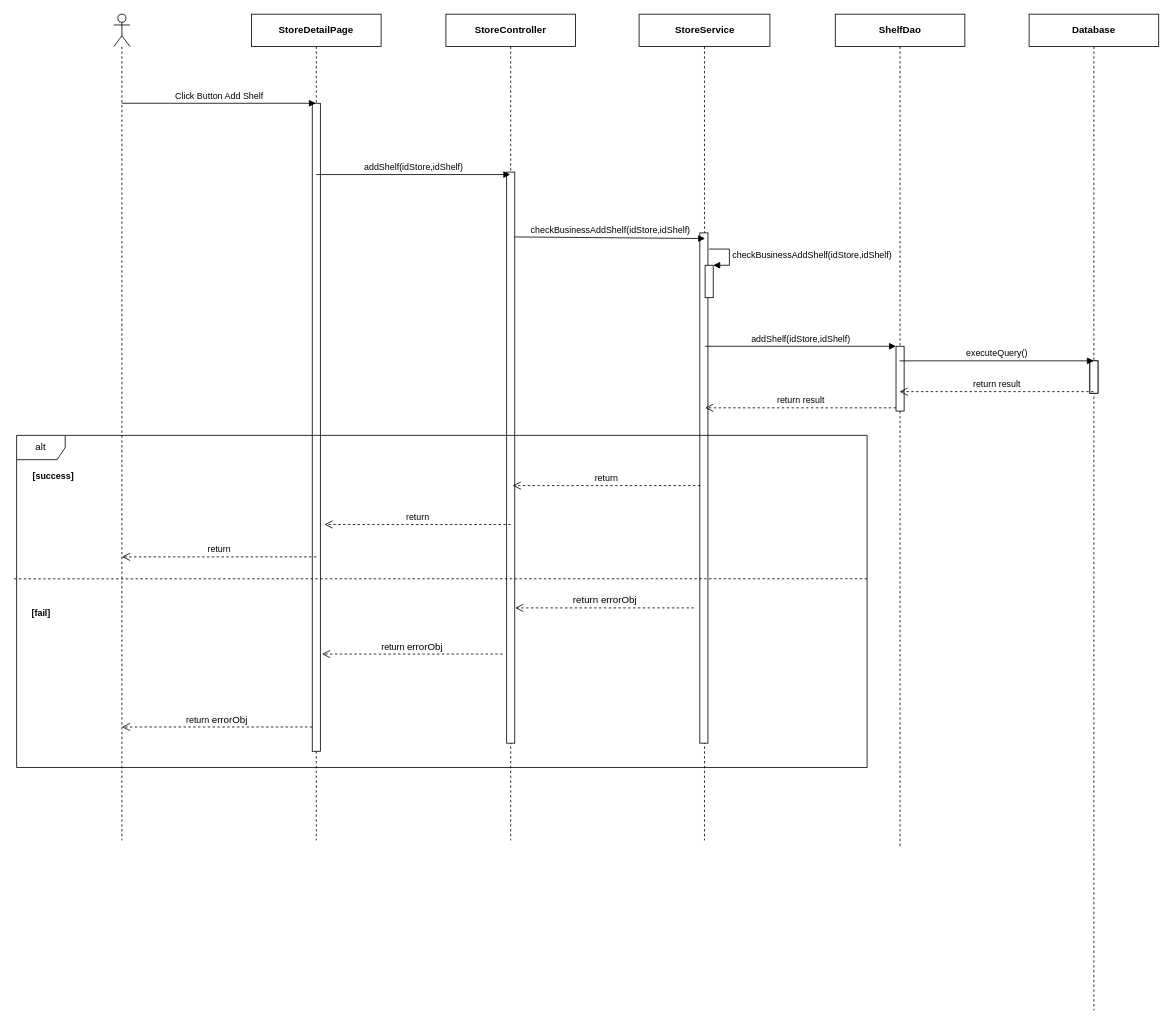
This is page "Ev05" (3 of 4) of 0. Create/Sequece/sc01/SC0101_StoreDetail.drawio from luannmdev/CapstoneDocument, a draw.io file, before an edit. Source tidied: cells renumbered, new cells numbered last; positions are measured from the earlier drawing's top-left corner, leaving out a move shared by most shapes. Both pictures are drawn from the tidied source at 81%, with x=0, y=0 at pixel (16, 14).
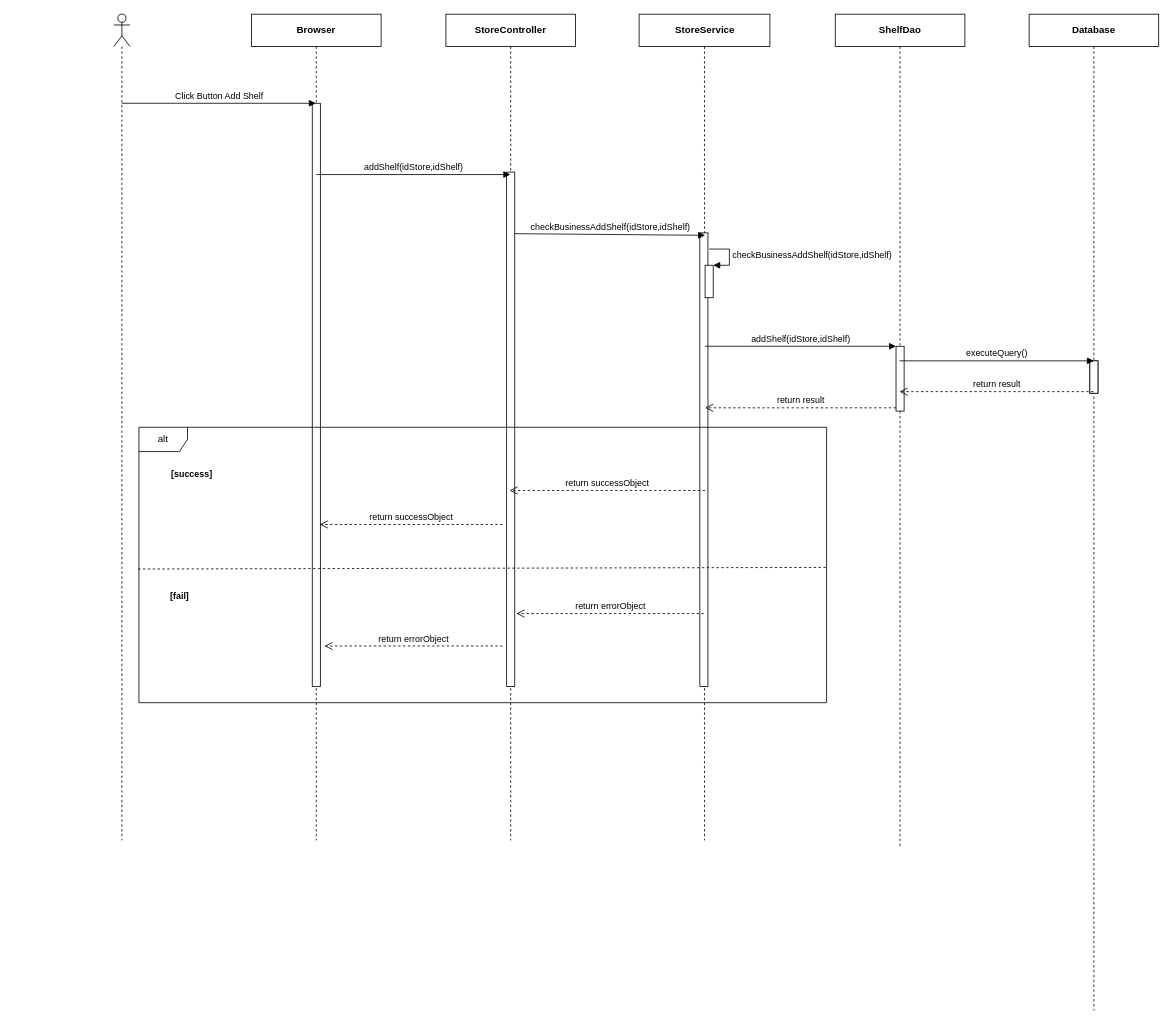
The same diagram, later.

The change refers to these unchanged cells:
```xml
<mxCell id="7" value="&lt;b&gt;StoreService&lt;/b&gt;" style="shape=umlLifeline;perimeter=lifelinePerimeter;whiteSpace=wrap;html=1;" parent="1" vertex="1">
  <mxGeometry x="768.5" width="161.5" height="1020" as="geometry" />
</mxCell>
<mxCell id="9" value="&lt;b&gt;StoreController&lt;/b&gt;" style="shape=umlLifeline;perimeter=lifelinePerimeter;whiteSpace=wrap;html=1;" parent="1" vertex="1">
  <mxGeometry x="530" width="160" height="1020" as="geometry" />
</mxCell>
```

The edit, as a diff of the source:
```diff
@@
-    <mxCell id="4" value="&lt;b&gt;StoreDetailPage&lt;/b&gt;" style="shape=umlLifeline;perimeter=lifelinePerimeter;whiteSpace=wrap;html=1;outlineConnect=0;" parent="1" vertex="1">
+    <mxCell id="4" value="&lt;b&gt;Browser&lt;/b&gt;" style="shape=umlLifeline;perimeter=lifelinePerimeter;whiteSpace=wrap;html=1;outlineConnect=0;" parent="1" vertex="1">
       <mxGeometry x="290" width="160" height="1020" as="geometry" />
     </mxCell>
     <mxCell id="5" style="html=1;perimeter=orthogonalPerimeter;" parent="4" vertex="1">
-      <mxGeometry x="75" y="110" width="10" height="800" as="geometry" />
+      <mxGeometry x="75" y="110" width="10" height="720" as="geometry" />
     </mxCell>
@@
     <mxCell id="8" style="html=1;perimeter=orthogonalPerimeter;" parent="7" vertex="1">
-      <mxGeometry x="75" y="270" width="10" height="630" as="geometry" />
+      <mxGeometry x="75" y="270" width="10" height="560" as="geometry" />
     </mxCell>
@@
     <mxCell id="10" style="html=1;perimeter=orthogonalPerimeter;" parent="9" vertex="1">
-      <mxGeometry x="75" y="195" width="10" height="705" as="geometry" />
+      <mxGeometry x="75" y="195" width="10" height="635" as="geometry" />
     </mxCell>
@@
     <mxCell id="13" value="checkBusinessAddShelf(idStore,idShelf)" style="html=1;verticalAlign=bottom;endArrow=block;" parent="1" edge="1">
       <mxGeometry relative="1" as="geometry">
-        <mxPoint x="615" y="275" as="sourcePoint" />
-        <mxPoint x="850" y="277" as="targetPoint" />
+        <mxPoint x="615" y="271" as="sourcePoint" />
+        <mxPoint x="850" y="273" as="targetPoint" />
       </mxGeometry>
     </mxCell>
@@
-    <mxCell id="19" value="alt" style="shape=umlFrame;whiteSpace=wrap;html=1;" parent="1" vertex="1">
-      <mxGeometry y="520" width="1050" height="410" as="geometry" />
-    </mxCell>
-    <mxCell id="20" value="&lt;span style=&quot;font-size: 12px ; background-color: rgb(248 , 249 , 250)&quot;&gt;return errorObj&lt;/span&gt;" style="html=1;verticalAlign=bottom;endArrow=open;dashed=1;endSize=8;" parent="1" edge="1">
-      <mxGeometry relative="1" as="geometry">
-        <mxPoint x="836" y="733" as="sourcePoint" />
-        <mxPoint x="615.5" y="733" as="targetPoint" />
-      </mxGeometry>
-    </mxCell>
-    <mxCell id="21" value="return&amp;nbsp;&lt;span style=&quot;font-size: 12px ; background-color: rgb(248 , 249 , 250)&quot;&gt;errorObj&lt;/span&gt;" style="html=1;verticalAlign=bottom;endArrow=open;dashed=1;endSize=8;" parent="1" edge="1">
-      <mxGeometry relative="1" as="geometry">
-        <mxPoint x="600" y="790" as="sourcePoint" />
-        <mxPoint x="377" y="790" as="targetPoint" />
-      </mxGeometry>
-    </mxCell>
-    <mxCell id="22" value="return" style="html=1;verticalAlign=bottom;endArrow=open;dashed=1;endSize=8;" parent="1" edge="1">
-      <mxGeometry relative="1" as="geometry">
-        <mxPoint x="844" y="582" as="sourcePoint" />
-        <mxPoint x="612.5" y="582" as="targetPoint" />
-      </mxGeometry>
-    </mxCell>
-    <mxCell id="23" style="endArrow=none;dashed=1;html=1;exitX=-0.003;exitY=0.432;exitDx=0;exitDy=0;exitPerimeter=0;" parent="1" edge="1" source="19">
-      <mxGeometry relative="1" as="geometry">
-        <mxPoint x="1050" y="697" as="targetPoint" />
-      </mxGeometry>
-    </mxCell>
-    <mxCell id="24" value="return" style="html=1;verticalAlign=bottom;endArrow=open;dashed=1;endSize=8;" parent="1" edge="1">
-      <mxGeometry relative="1" as="geometry">
-        <mxPoint x="610" y="630" as="sourcePoint" />
-        <mxPoint x="380" y="630" as="targetPoint" />
-      </mxGeometry>
-    </mxCell>
@@
+    <mxCell id="19" value="alt" style="shape=umlFrame;whiteSpace=wrap;html=1;" parent="1" vertex="1">
+      <mxGeometry x="151" y="510" width="849" height="340" as="geometry" />
+    </mxCell>
     <mxCell id="29" value="&lt;span style=&quot;font-size: 11px ; background-color: rgb(255 , 255 , 255)&quot;&gt;&lt;b&gt;[success]&lt;/b&gt;&lt;/span&gt;" style="text;html=1;align=center;verticalAlign=middle;" parent="1" vertex="1">
-      <mxGeometry x="10" y="560" width="70" height="20" as="geometry" />
+      <mxGeometry x="181" y="558" width="70" height="20" as="geometry" />
     </mxCell>
     <mxCell id="30" value="&lt;span style=&quot;font-size: 11px ; background-color: rgb(255 , 255 , 255)&quot;&gt;&lt;b&gt;[fail]&lt;/b&gt;&lt;/span&gt;" style="text;html=1;align=center;verticalAlign=middle;" parent="1" vertex="1">
-      <mxGeometry x="10" y="730" width="40" height="20" as="geometry" />
+      <mxGeometry x="181" y="708" width="40" height="20" as="geometry" />
     </mxCell>
-    <mxCell id="31" value="return" style="html=1;verticalAlign=bottom;endArrow=open;dashed=1;endSize=8;" parent="1" edge="1">
-      <mxGeometry relative="1" as="geometry">
-        <mxPoint x="370" y="670" as="sourcePoint" />
-        <mxPoint x="130" y="670" as="targetPoint" />
-      </mxGeometry>
-    </mxCell>
-    <mxCell id="32" value="return&amp;nbsp;&lt;span style=&quot;font-size: 12px ; background-color: rgb(248 , 249 , 250)&quot;&gt;errorObj&lt;/span&gt;" style="html=1;verticalAlign=bottom;endArrow=open;dashed=1;endSize=8;" parent="1" edge="1">
-      <mxGeometry relative="1" as="geometry">
-        <mxPoint x="365" y="880" as="sourcePoint" />
-        <mxPoint x="130" y="880" as="targetPoint" />
-      </mxGeometry>
-    </mxCell>
+    <mxCell id="33" value="return errorObject" style="html=1;verticalAlign=bottom;endArrow=open;dashed=1;endSize=8;" parent="1" edge="1">
+      <mxGeometry relative="1" as="geometry">
+        <mxPoint x="600" y="780" as="sourcePoint" />
+        <mxPoint x="380" y="780" as="targetPoint" />
+      </mxGeometry>
+    </mxCell>
+    <mxCell id="34" value="return successObject" style="html=1;verticalAlign=bottom;endArrow=open;dashed=1;endSize=8;" parent="1" edge="1">
+      <mxGeometry relative="1" as="geometry">
+        <mxPoint x="600" y="630" as="sourcePoint" />
+        <mxPoint x="374.2" y="630" as="targetPoint" />
+      </mxGeometry>
+    </mxCell>
+    <mxCell id="35" value="return successObject" style="html=1;verticalAlign=bottom;endArrow=open;dashed=1;endSize=8;" parent="1" edge="1">
+      <mxGeometry relative="1" as="geometry">
+        <mxPoint x="850" y="588" as="sourcePoint" />
+        <mxPoint x="608.5" y="588" as="targetPoint" />
+      </mxGeometry>
+    </mxCell>
+    <mxCell id="36" value="return errorObject" style="html=1;verticalAlign=bottom;endArrow=open;dashed=1;endSize=8;" parent="1" edge="1">
+      <mxGeometry relative="1" as="geometry">
+        <mxPoint x="848.5" y="740" as="sourcePoint" />
+        <mxPoint x="617" y="740" as="targetPoint" />
+      </mxGeometry>
+    </mxCell>
+    <mxCell id="37" style="endArrow=none;dashed=1;html=1;exitX=-0.001;exitY=0.303;exitDx=0;exitDy=0;exitPerimeter=0;" parent="1" edge="1">
+      <mxGeometry relative="1" as="geometry">
+        <mxPoint x="150" y="685" as="sourcePoint" />
+        <mxPoint x="1000" y="683" as="targetPoint" />
+      </mxGeometry>
+    </mxCell>
```
